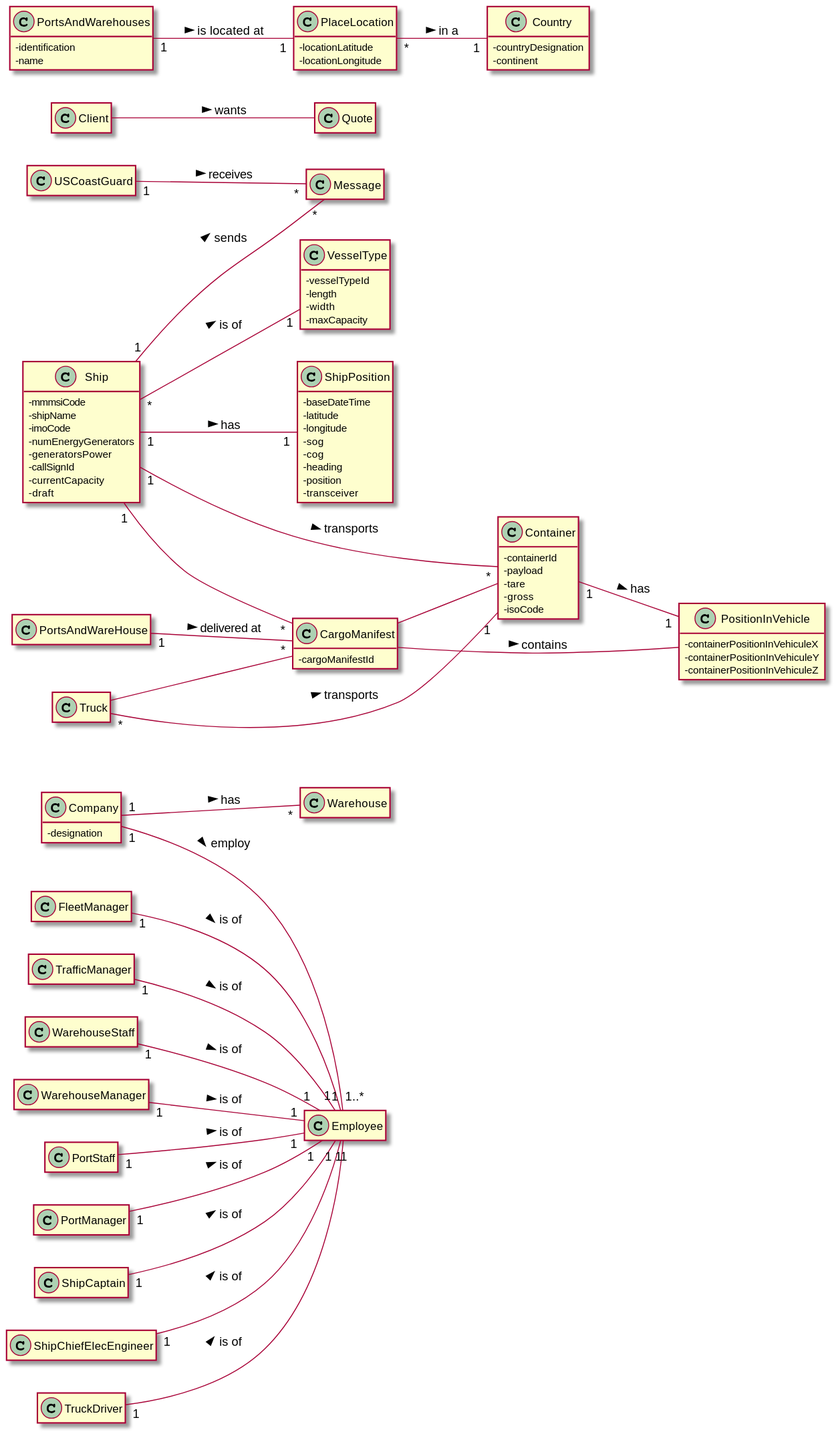
The PlantUML diagram docs/DM.svg in ana-albergaria/LAPR3-ISEP, before a commit. Source of this version:
```plantuml
@startuml

skinparam classAttributeIconSize 0
hide empty methods
hide empty attributes
left to right direction

class Company {
    -designation
}

class Container {
   -containerId
   -payload
   -tare
   -gross
   -isoCode
}

class Employee {}

class Client {}

class FleetManager {}

class TrafficManager {}



class WarehouseStaff {}

class WarehouseManager {}

class PortStaff {}

class PortManager {}

class ShipCaptain {}

class ShipChiefElecEngineer {}

class TruckDriver {}

class CargoManifest {
    -cargoManifestId
}

class Ship {
    -mmmsiCode
    -shipName
    -imoCode
    -numEnergyGenerators
    -generatorsPower
    -callSignId
    -currentCapacity /'added by us'/
    -draft
}

class Warehouse {}

class PositionInVehicle {
    -containerPositionInVehiculeX
    -containerPositionInVehiculeY
    -containerPositionInVehiculeZ
}

class VesselType {
    -vesselTypeId
    -length
    -width
    -maxCapacity
}

class ShipPosition {
    -baseDateTime
    -latitude
    -longitude
    -sog
    -cog
    -heading
    -position
    -transceiver
}

class PortsAndWarehouses {
    -identification
    -name
}

class Country {
    -countryDesignation
    -continent
}

class PlaceLocation {
    -locationLatitude
    -locationLongitude
}

class Truck {}

class Message {}

class USCoastGuard {}

class Quote {}


Company "1" -- "*" Warehouse : has >
Company "1" -- "1..*" Employee : employ >
FleetManager "1" -- "1" Employee : is of >
TrafficManager "1" -- "1" Employee : is of >
WarehouseStaff "1" -- "1" Employee : is of >
WarehouseManager "1" -- "1" Employee : is of >
PortStaff "1" -- "1" Employee : is of >
PortManager "1" -- "1" Employee : is of >
ShipCaptain "1" -- "1" Employee : is of >
ShipChiefElecEngineer "1" -- "1" Employee : is of >
TruckDriver "1" -- "1" Employee : is of >

CargoManifest  -- Container /'as this relation exists, CargoManifest already has Container gross weight'/
CargoManifest -- PositionInVehicle : contains >

Container "1" -- "1" PositionInVehicle : has >
Ship "*" -- "1" VesselType : is of >
Ship "1" -- "1" ShipPosition : has >
PortsAndWarehouses "1" -- "1" PlaceLocation : is located at >
PlaceLocation "*" -- "1" Country : in a >
Ship "1" -- "*" Container : transports >
Truck "*" -- "1" Container : transports >

Ship "1" -- "*" CargoManifest
Truck -- CargoManifest /' lacks multiplicity '/
PortsAndWareHouse "1" -- "*" CargoManifest : delivered at >

Ship "1" -- "*" Message : sends >
USCoastGuard "1" -- "*" Message : receives >
Client -- Quote : wants >











@enduml
```
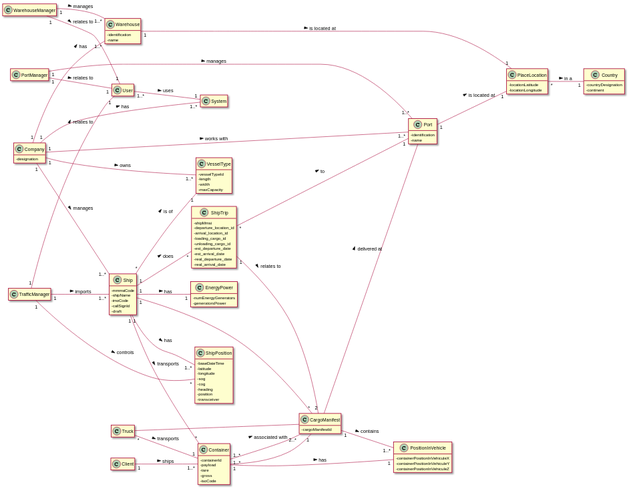
Above is the later version.

Commit message:
G54-64 #time 1h #comment Fixing Diagrams + Class Diagram

Change to the diagram source:
```diff
@@ -17,29 +17,20 @@
    -isoCode
 }
 
-class Employee {}
 
 class Client {}
 
-class FleetManager {}
 
 class TrafficManager {}
 
 
 
-class WarehouseStaff {}
 
 class WarehouseManager {}
 
-class PortStaff {}
 
 class PortManager {}
 
-class ShipCaptain {}
-
-class ShipChiefElecEngineer {}
-
-class TruckDriver {}
 
 class CargoManifest {
     -cargoManifestId
@@ -49,14 +40,10 @@
     -mmmsiCode
     -shipName
     -imoCode
-    -numEnergyGenerators
-    -generatorsPower
     -callSignId
-    -currentCapacity /'added by us'/
     -draft
 }
 
-class Warehouse {}
 
 class PositionInVehicle {
     -containerPositionInVehiculeX
@@ -82,7 +69,12 @@
     -transceiver
 }
 
-class PortsAndWarehouses {
+class Port {
+    -identification
+    -name
+}
+
+class Warehouse {
     -identification
     -name
 }
@@ -97,45 +89,66 @@
     -locationLongitude
 }
 
+class EnergyPower{
+    -numEnergyGenerators
+    -generatorsPower
+}
+
 class Truck {}
 
-class Message {}
+class System {}
 
-class USCoastGuard {}
-
-class Quote {}
+class ShipTrip{
+    -shipMmsi
+    -departure_location_id
+    -arrival_location_id
+    -loading_cargo_id
+    -unloading_cargo_id
+    -est_departure_date
+    -est_arrival_date
+    -real_departure_date
+    -real_arrival_date
+}
 
 
-Company "1" -- "*" Warehouse : has >
-Company "1" -- "1..*" Employee : employ >
-FleetManager "1" -- "1" Employee : is of >
-TrafficManager "1" -- "1" Employee : is of >
-WarehouseStaff "1" -- "1" Employee : is of >
-WarehouseManager "1" -- "1" Employee : is of >
-PortStaff "1" -- "1" Employee : is of >
-PortManager "1" -- "1" Employee : is of >
-ShipCaptain "1" -- "1" Employee : is of >
-ShipChiefElecEngineer "1" -- "1" Employee : is of >
-TruckDriver "1" -- "1" Employee : is of >
+Company "1" -- "1..*" System : has >
+User "1..*" -- "1" System : uses >
+TrafficManager "1" -- "1" User : relates to >
+WarehouseManager "1" -- "1" User : relates to >
+PortManager "1" -- "1" User : relates to >
 
-CargoManifest  -- Container /'as this relation exists, CargoManifest already has Container gross weight'/
-CargoManifest -- PositionInVehicle : contains >
+CargoManifest "1" -- "1..*" Container /'as this relation exists, CargoManifest already has Container gross weight'/
+CargoManifest "1" -- "1..*" PositionInVehicle : contains >
 
 Container "1" -- "1" PositionInVehicle : has >
 Ship "*" -- "1" VesselType : is of >
-Ship "1" -- "1" ShipPosition : has >
-PortsAndWarehouses "1" -- "1" PlaceLocation : is located at >
+Ship "1" -- "1..*" ShipPosition : has >
+Warehouse "1" -- "1" PlaceLocation : is located at >
+Port "1" -- "1" PlaceLocation : is located at >
 PlaceLocation "*" -- "1" Country : in a >
 Ship "1" -- "*" Container : transports >
 Truck "*" -- "1" Container : transports >
 
 Ship "1" -- "*" CargoManifest
 Truck -- CargoManifest /' lacks multiplicity '/
-PortsAndWareHouse "1" -- "*" CargoManifest : delivered at >
 
-Ship "1" -- "*" Message : sends >
-USCoastGuard "1" -- "*" Message : receives >
-Client -- Quote : wants >
+Company "1" -- "1..*" Ship : manages >
+Company "1" -- "1..*" VesselType : owns >
+Company "1" -- "1..*" Port : works with >
+Company "1" -- "1..*" Warehouse : has >
+Client "1" -- "1..*" Container : ships >
+TrafficManager "1" -- "*" ShipPosition : controls >
+TrafficManager "1" -- "1..*" Ship : imports >
+WarehouseManager "1" -- "1..*" Warehouse : manages >
+PortManager "1" -- "1..*" Port : manages >
+
+Ship "1" -- "1" EnergyPower : has >
+
+Container "1..*"-- "2..*" CargoManifest : associated with >
+CargoManifest -- Port : delivered at >
+Ship "1" -- "*" ShipTrip : does >
+ShipTrip "*" -- "1" Port : to >
+ShipTrip "1" -- "2" CargoManifest : relates to >
 
 
 
```
